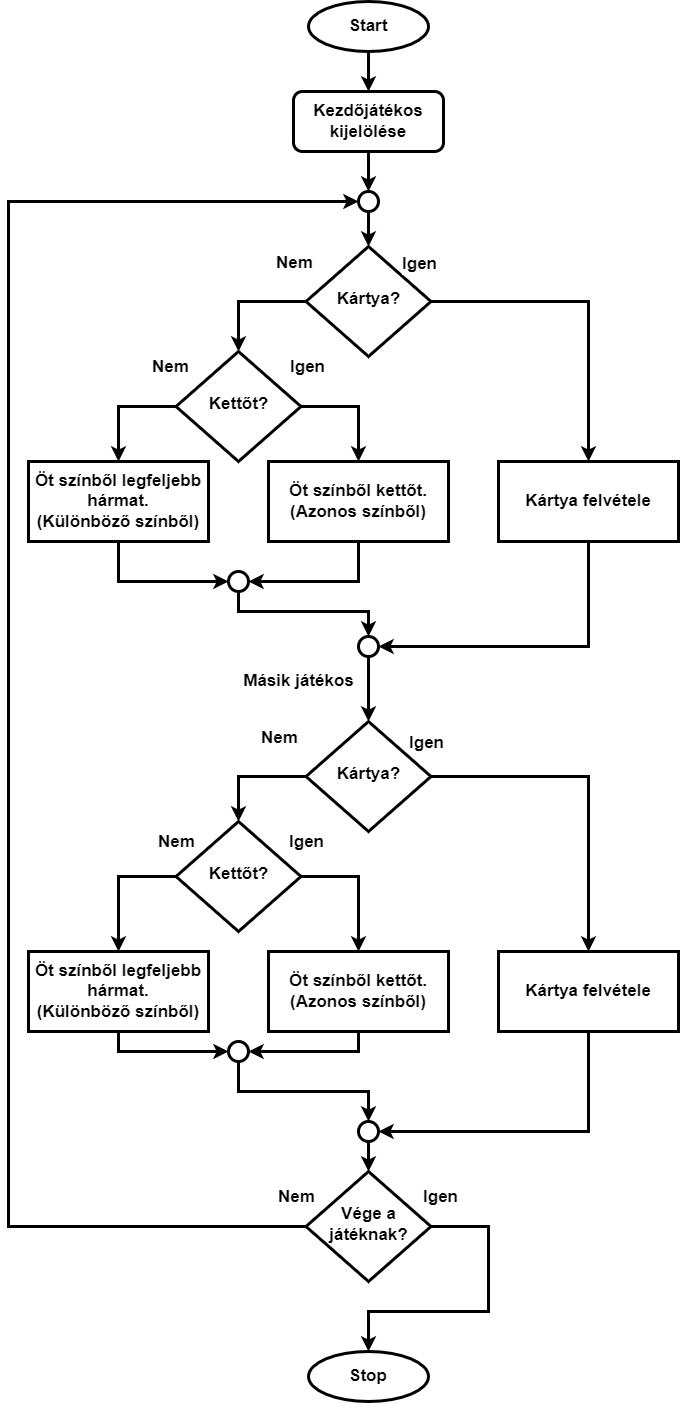
Before: docs/szakdolgozat/images/flowchart.png, a diagram exported from draw.io (KollarMaTT/Szakdolgozat). Source tidied: cells renumbered, new cells last; positions are measured from the earlier drawing's top-left corner, leaving out a move shared by most shapes.
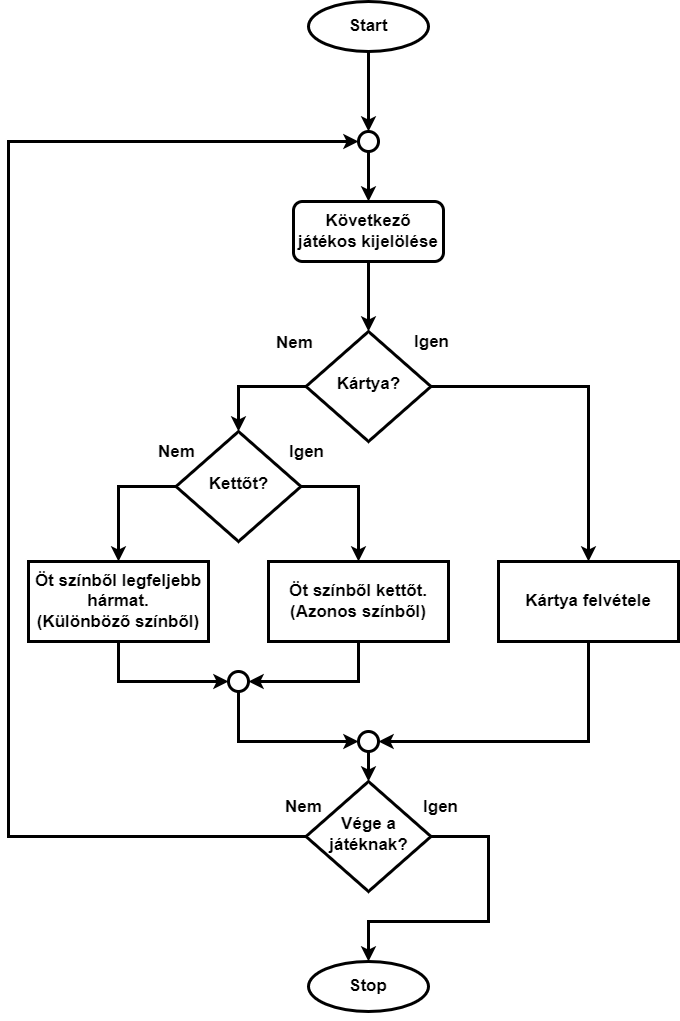
Above is the later version.

Diff of the diagram source:
```diff
@@ -2,83 +2,18 @@
   <root>
     <mxCell id="0" />
     <mxCell id="1" parent="0" />
-    <mxCell id="2" style="edgeStyle=none;rounded=0;jettySize=auto;html=1;strokeWidth=3;startArrow=none;exitX=0.5;exitY=1;exitDx=0;exitDy=0;entryX=0.5;entryY=0;entryDx=0;entryDy=0;" parent="1" edge="1" source="3" target="55">
-      <mxGeometry relative="1" as="geometry" />
-    </mxCell>
-    <mxCell id="3" value="&lt;font style=&quot;font-size: 17px&quot;&gt;&lt;b&gt;Kezdőjátékos kijelölése&lt;/b&gt;&lt;/font&gt;" style="rounded=1;whiteSpace=wrap;html=1;fontSize=12;glass=0;strokeWidth=3;shadow=0;" parent="1" vertex="1">
-      <mxGeometry x="405" y="90" width="150" height="60" as="geometry" />
+    <mxCell id="3" value="&lt;font style=&quot;font-size: 17px&quot;&gt;&lt;b&gt;Következő játékos kijelölése&lt;/b&gt;&lt;/font&gt;" style="rounded=1;whiteSpace=wrap;html=1;fontSize=12;glass=0;strokeWidth=3;shadow=0;" parent="1" vertex="1">
+      <mxGeometry x="405" y="590" width="150" height="60" as="geometry" />
     </mxCell>
-    <mxCell id="4" style="edgeStyle=orthogonalEdgeStyle;rounded=0;jettySize=auto;html=1;exitX=0;exitY=0.5;exitDx=0;exitDy=0;entryX=0.5;entryY=0;entryDx=0;entryDy=0;endArrow=classic;endFill=1;strokeWidth=3;" parent="1" edge="1" source="7" target="12">
-      <mxGeometry relative="1" as="geometry" />
-    </mxCell>
-    <mxCell id="5" value="Nem" style="edgeLabel;html=1;align=center;verticalAlign=middle;fontSize=17;fontStyle=1;" parent="4" vertex="1">
-      <mxGeometry x="0.28" y="-2" relative="1" as="geometry">
-        <mxPoint x="57" y="-46" as="offset" />
-      </mxGeometry>
-    </mxCell>
-    <mxCell id="6" style="edgeStyle=orthogonalEdgeStyle;rounded=0;jettySize=auto;html=1;exitX=1;exitY=0.5;exitDx=0;exitDy=0;entryX=0.5;entryY=0;entryDx=0;entryDy=0;strokeWidth=3;" parent="1" edge="1" source="7" target="17">
-      <mxGeometry relative="1" as="geometry" />
-    </mxCell>
-    <mxCell id="7" value="&lt;font style=&quot;font-size: 17px&quot;&gt;&lt;b&gt;Kártya?&lt;/b&gt;&lt;/font&gt;" style="rhombus;whiteSpace=wrap;html=1;shadow=0;fontFamily=Helvetica;fontSize=12;align=center;strokeWidth=3;spacing=6;spacingTop=-4;" parent="1" vertex="1">
-      <mxGeometry x="417.5" y="245" width="125" height="110" as="geometry" />
-    </mxCell>
-    <mxCell id="8" style="edgeStyle=orthogonalEdgeStyle;rounded=0;jettySize=auto;html=1;exitX=0;exitY=0.5;exitDx=0;exitDy=0;entryX=0.5;entryY=0;entryDx=0;entryDy=0;endArrow=classic;endFill=1;strokeWidth=3;" parent="1" edge="1" source="12" target="21">
-      <mxGeometry relative="1" as="geometry" />
-    </mxCell>
-    <mxCell id="9" value="Nem" style="edgeLabel;html=1;align=center;verticalAlign=middle;fontSize=17;fontStyle=1;" parent="8" vertex="1">
-      <mxGeometry x="-0.34" y="2" relative="1" as="geometry">
-        <mxPoint x="31" y="-42" as="offset" />
-      </mxGeometry>
-    </mxCell>
-    <mxCell id="10" style="edgeStyle=orthogonalEdgeStyle;rounded=0;jettySize=auto;html=1;exitX=1;exitY=0.5;exitDx=0;exitDy=0;entryX=0.5;entryY=0;entryDx=0;entryDy=0;endArrow=classic;endFill=1;strokeWidth=3;" parent="1" edge="1" source="12" target="19">
-      <mxGeometry relative="1" as="geometry" />
-    </mxCell>
-    <mxCell id="11" value="Igen" style="edgeLabel;html=1;align=center;verticalAlign=middle;fontSize=17;fontStyle=1;" parent="10" vertex="1">
-      <mxGeometry x="-0.2" y="-1" relative="1" as="geometry">
-        <mxPoint x="-39" y="-41" as="offset" />
-      </mxGeometry>
-    </mxCell>
-    <mxCell id="12" value="Kettőt?" style="rhombus;whiteSpace=wrap;html=1;shadow=0;fontFamily=Helvetica;fontSize=17;align=center;strokeWidth=3;spacing=6;spacingTop=-4;fontStyle=1;" parent="1" vertex="1">
-      <mxGeometry x="287.5" y="350" width="125" height="110" as="geometry" />
-    </mxCell>
     <mxCell id="13" value="&lt;font size=&quot;1&quot;&gt;&lt;b style=&quot;font-size: 17px&quot;&gt;Start&lt;/b&gt;&lt;/font&gt;" style="ellipse;whiteSpace=wrap;html=1;strokeWidth=3;" parent="1" vertex="1">
-      <mxGeometry x="420" width="120" height="50" as="geometry" />
+      <mxGeometry x="420" y="390" width="120" height="50" as="geometry" />
     </mxCell>
-    <mxCell id="14" style="edgeStyle=none;rounded=0;jettySize=auto;html=1;entryX=0.5;entryY=0;entryDx=0;entryDy=0;strokeWidth=3;exitX=0.5;exitY=1;exitDx=0;exitDy=0;" parent="1" edge="1" source="55" target="7">
+    <mxCell id="14" style="edgeStyle=none;rounded=0;jettySize=auto;html=1;entryX=0.5;entryY=0;entryDx=0;entryDy=0;strokeWidth=3;exitX=0.5;exitY=1;exitDx=0;exitDy=0;" parent="1" edge="1" source="55" target="3">
       <mxGeometry relative="1" as="geometry" />
     </mxCell>
     <mxCell id="15" style="edgeStyle=none;shape=flexArrow;rounded=0;orthogonalLoop=1;jettySize=auto;html=1;entryX=0.5;entryY=0;entryDx=0;entryDy=0;" parent="1" edge="1" source="55" target="55">
       <mxGeometry relative="1" as="geometry" />
     </mxCell>
-    <mxCell id="16" style="edgeStyle=orthogonalEdgeStyle;rounded=0;jettySize=auto;html=1;exitX=0.5;exitY=1;exitDx=0;exitDy=0;entryX=1;entryY=0.5;entryDx=0;entryDy=0;endArrow=classic;endFill=1;strokeWidth=3;" parent="1" edge="1" source="17" target="27">
-      <mxGeometry relative="1" as="geometry" />
-    </mxCell>
-    <mxCell id="17" value="&lt;span style=&quot;font-size: 17px;&quot;&gt;Kártya felvétele&lt;/span&gt;" style="rounded=0;whiteSpace=wrap;html=1;strokeWidth=3;fontSize=17;fontStyle=1;" parent="1" vertex="1">
-      <mxGeometry x="610" y="460" width="180" height="80" as="geometry" />
-    </mxCell>
-    <mxCell id="18" style="edgeStyle=orthogonalEdgeStyle;rounded=0;jettySize=auto;html=1;exitX=0.5;exitY=1;exitDx=0;exitDy=0;entryX=1;entryY=0.5;entryDx=0;entryDy=0;endArrow=classic;endFill=1;strokeWidth=3;" parent="1" edge="1" source="19" target="23">
-      <mxGeometry relative="1" as="geometry" />
-    </mxCell>
-    <mxCell id="19" value="&lt;span style=&quot;font-family: helvetica; font-size: 17px;&quot;&gt;Öt színből kettőt.&lt;/span&gt;&lt;br style=&quot;font-family: helvetica; font-size: 17px;&quot;&gt;&lt;span style=&quot;font-family: helvetica; font-size: 17px;&quot;&gt;(Azonos színből)&lt;/span&gt;" style="rounded=0;whiteSpace=wrap;html=1;strokeWidth=3;fontSize=17;fontStyle=1;" parent="1" vertex="1">
-      <mxGeometry x="380" y="460" width="180" height="80" as="geometry" />
-    </mxCell>
-    <mxCell id="20" style="edgeStyle=orthogonalEdgeStyle;rounded=0;jettySize=auto;html=1;exitX=0.5;exitY=1;exitDx=0;exitDy=0;entryX=0;entryY=0.5;entryDx=0;entryDy=0;endArrow=classic;endFill=1;strokeWidth=3;" parent="1" edge="1" source="21" target="23">
-      <mxGeometry relative="1" as="geometry" />
-    </mxCell>
-    <mxCell id="21" value="Öt színből legfeljebb hármat.&lt;br style=&quot;font-size: 17px;&quot;&gt;(Különböző színből)" style="rounded=0;whiteSpace=wrap;html=1;strokeWidth=3;fontSize=17;fontStyle=1;" parent="1" vertex="1">
-      <mxGeometry x="140" y="460" width="180" height="80" as="geometry" />
-    </mxCell>
-    <mxCell id="22" style="edgeStyle=orthogonalEdgeStyle;rounded=0;jettySize=auto;html=1;exitX=0.5;exitY=1;exitDx=0;exitDy=0;entryX=0.5;entryY=0;entryDx=0;entryDy=0;endArrow=classic;endFill=1;strokeWidth=3;" parent="1" edge="1" source="23" target="27">
-      <mxGeometry relative="1" as="geometry">
-        <Array as="points">
-          <mxPoint x="350" y="610" />
-          <mxPoint x="480" y="610" />
-        </Array>
-      </mxGeometry>
-    </mxCell>
-    <mxCell id="23" style="ellipse;whiteSpace=wrap;html=1;strokeWidth=3;" parent="1" vertex="1">
-      <mxGeometry x="340" y="570" width="20" height="20" as="geometry" />
-    </mxCell>
     <mxCell id="24" style="edgeStyle=elbowEdgeStyle;rounded=0;jettySize=auto;html=1;entryX=0;entryY=0.5;entryDx=0;entryDy=0;endArrow=classic;endFill=1;exitX=0;exitY=0.5;exitDx=0;exitDy=0;strokeWidth=3;" parent="1" edge="1" source="49" target="55">
       <mxGeometry relative="1" as="geometry">
         <Array as="points">
@@ -94,18 +29,12 @@
         <mxPoint x="25" y="-30" as="offset" />
       </mxGeometry>
     </mxCell>
-    <mxCell id="26" value="Másik játékos" style="edgeStyle=orthogonalEdgeStyle;rounded=0;jettySize=auto;html=1;exitX=0.5;exitY=1;exitDx=0;exitDy=0;entryX=0.5;entryY=0;entryDx=0;entryDy=0;endArrow=classic;endFill=1;strokeWidth=3;fontSize=17;fontStyle=1;" parent="1" edge="1" source="27" target="31">
-      <mxGeometry x="-0.23" y="-70" relative="1" as="geometry" />
-    </mxCell>
-    <mxCell id="27" style="ellipse;whiteSpace=wrap;html=1;strokeWidth=3;" parent="1" vertex="1">
-      <mxGeometry x="470" y="635" width="20" height="20" as="geometry" />
-    </mxCell>
     <mxCell id="28" style="edgeStyle=orthogonalEdgeStyle;rounded=0;jettySize=auto;html=1;exitX=0;exitY=0.5;exitDx=0;exitDy=0;entryX=0.5;entryY=0;entryDx=0;entryDy=0;endArrow=classic;endFill=1;strokeWidth=3;" parent="1" edge="1" source="31" target="36">
       <mxGeometry relative="1" as="geometry" />
     </mxCell>
     <mxCell id="29" value="Nem" style="edgeLabel;html=1;align=center;verticalAlign=middle;fontSize=17;fontStyle=1;" parent="28" vertex="1">
       <mxGeometry x="0.28" y="-2" relative="1" as="geometry">
-        <mxPoint x="42" y="-43" as="offset" />
+        <mxPoint x="57" y="-49" as="offset" />
       </mxGeometry>
     </mxCell>
     <mxCell id="30" style="edgeStyle=orthogonalEdgeStyle;rounded=0;jettySize=auto;html=1;exitX=1;exitY=0.5;exitDx=0;exitDy=0;entryX=0.5;entryY=0;entryDx=0;entryDy=0;strokeWidth=3;" parent="1" edge="1" source="31" target="38">
@@ -151,16 +80,15 @@
     <mxCell id="42" value="Öt színből legfeljebb hármat.&lt;br style=&quot;font-size: 17px;&quot;&gt;(Különböző színből)" style="rounded=0;whiteSpace=wrap;html=1;strokeWidth=3;fontSize=17;fontStyle=1;" parent="1" vertex="1">
       <mxGeometry x="140" y="950" width="180" height="80" as="geometry" />
     </mxCell>
-    <mxCell id="43" style="edgeStyle=orthogonalEdgeStyle;rounded=0;jettySize=auto;html=1;exitX=0.5;exitY=1;exitDx=0;exitDy=0;entryX=0.5;entryY=0;entryDx=0;entryDy=0;endArrow=classic;endFill=1;strokeWidth=3;" parent="1" edge="1" source="44" target="46">
+    <mxCell id="43" style="edgeStyle=orthogonalEdgeStyle;rounded=0;jettySize=auto;html=1;exitX=0.5;exitY=1;exitDx=0;exitDy=0;entryX=0;entryY=0.5;entryDx=0;entryDy=0;endArrow=classic;endFill=1;strokeWidth=3;" parent="1" edge="1" source="44" target="46">
       <mxGeometry relative="1" as="geometry">
         <Array as="points">
-          <mxPoint x="350" y="1090" />
-          <mxPoint x="480" y="1090" />
+          <mxPoint x="350" y="1130" />
         </Array>
       </mxGeometry>
     </mxCell>
     <mxCell id="44" style="ellipse;whiteSpace=wrap;html=1;strokeWidth=3;" parent="1" vertex="1">
-      <mxGeometry x="340" y="1040" width="20" height="20" as="geometry" />
+      <mxGeometry x="340" y="1060" width="20" height="20" as="geometry" />
     </mxCell>
     <mxCell id="45" style="edgeStyle=orthogonalEdgeStyle;rounded=0;jettySize=auto;html=1;exitX=0.5;exitY=1;exitDx=0;exitDy=0;entryX=0.5;entryY=0;entryDx=0;entryDy=0;fontSize=17;strokeWidth=3;" parent="1" edge="1" source="46" target="49">
       <mxGeometry relative="1" as="geometry" />
@@ -191,21 +119,17 @@
     <mxCell id="51" style="edgeStyle=orthogonalEdgeStyle;rounded=0;orthogonalLoop=1;jettySize=auto;html=1;exitX=0.5;exitY=1;exitDx=0;exitDy=0;endArrow=classic;endFill=1;" parent="1" edge="1" source="50" target="50">
       <mxGeometry relative="1" as="geometry" />
     </mxCell>
-    <mxCell id="52" value="&lt;font style=&quot;font-size: 17px&quot;&gt;&lt;b&gt;Igen&lt;/b&gt;&lt;/font&gt;" style="edgeLabel;html=1;align=center;verticalAlign=middle;" parent="1" vertex="1">
-      <mxGeometry x="380" y="300" as="geometry">
-        <mxPoint x="150" y="-37" as="offset" />
-      </mxGeometry>
-    </mxCell>
-    <mxCell id="53" value="Igen" style="edgeLabel;html=1;align=center;verticalAlign=middle;fontSize=17;fontStyle=1;" parent="1" vertex="1">
-      <mxGeometry x="510" y="460" as="geometry">
-        <mxPoint x="27" y="281" as="offset" />
-      </mxGeometry>
-    </mxCell>
-    <mxCell id="54" style="edgeStyle=none;rounded=0;jettySize=auto;html=1;exitX=0.5;exitY=1;exitDx=0;exitDy=0;strokeWidth=3;entryX=0.5;entryY=0;entryDx=0;entryDy=0;" parent="1" edge="1" source="13" target="3">
-      <mxGeometry relative="1" as="geometry" />
-    </mxCell>
     <mxCell id="55" style="ellipse;whiteSpace=wrap;html=1;strokeWidth=3;" parent="1" vertex="1">
-      <mxGeometry x="470" y="190" width="20" height="20" as="geometry" />
+      <mxGeometry x="470" y="520" width="20" height="20" as="geometry" />
     </mxCell>
+    <mxCell id="56" style="edgeStyle=none;rounded=0;jettySize=auto;html=1;entryX=0.5;entryY=0;entryDx=0;entryDy=0;strokeWidth=3;exitX=0.5;exitY=1;exitDx=0;exitDy=0;" parent="1" edge="1" source="13" target="55">
+      <mxGeometry relative="1" as="geometry" />
+    </mxCell>
+    <mxCell id="57" style="edgeStyle=none;rounded=0;jettySize=auto;html=1;entryX=0.5;entryY=0;entryDx=0;entryDy=0;strokeWidth=3;exitX=0.5;exitY=1;exitDx=0;exitDy=0;" parent="1" edge="1" source="3" target="31">
+      <mxGeometry relative="1" as="geometry" />
+    </mxCell>
+    <mxCell id="58" value="Igen" style="edgeLabel;html=1;align=center;verticalAlign=middle;fontSize=17;fontStyle=1;" parent="1" vertex="1">
+      <mxGeometry x="542.5" y="730" as="geometry" />
+    </mxCell>
   </root>
 </mxGraphModel>
```
